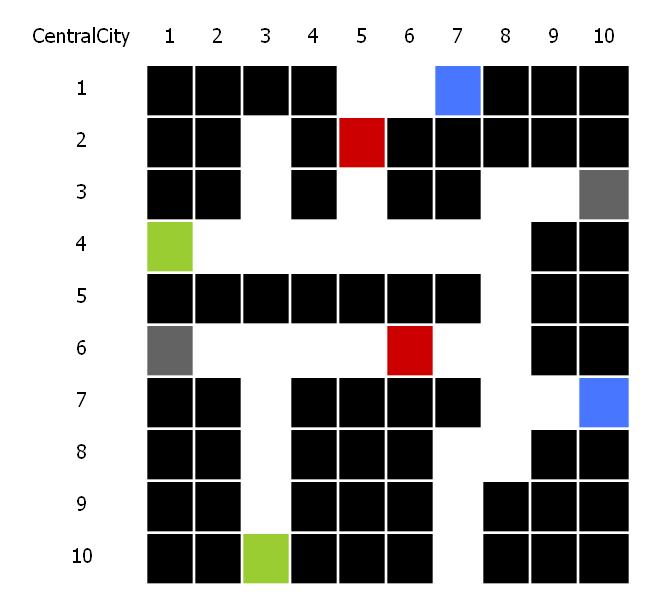
rodrialeh01/IPC2_Proyecto2_201900042 keeps this Graphviz diagram as MapasGenerados/Matriz_CentralCity.png. Above is the earlier version. Its source is kept beside it as MapasGenerados/Matriz_CentralCity.dot. Source of this version:
```dot
digraph structs {
	node [shape=plaintext]
	patron [fontname="Roboto Condensed"fontsize="15pt", label=<
<TABLE BORDER="0" CELLBORDER="0" CELLSPACING="2" CELLPADDING="10">
<TR>
    <TD border="0">CentralCity</TD><TD border="0">1</TD><TD border="0">2</TD><TD border="0">3</TD><TD border="0">4</TD><TD border="0">5</TD><TD border="0">6</TD><TD border="0">7</TD><TD border="0">8</TD><TD border="0">9</TD><TD border="0">10</TD>
</TR>
<TR>
        <TD border="0">1</TD>
<TD bgcolor="black">   </TD>
<TD bgcolor="black">   </TD>
<TD bgcolor="black">   </TD>
<TD bgcolor="black">   </TD>
<TD>   </TD>
<TD>   </TD>
<TD bgcolor="royalblue1">   </TD>
<TD bgcolor="black">   </TD>
<TD bgcolor="black">   </TD>
<TD bgcolor="black">   </TD></TR>
<TR>
        <TD border="0">2</TD>
<TD bgcolor="black">   </TD>
<TD bgcolor="black">   </TD>
<TD>   </TD>
<TD bgcolor="black">   </TD>
<TD bgcolor="red3">   </TD>
<TD bgcolor="black">   </TD>
<TD bgcolor="black">   </TD>
<TD bgcolor="black">   </TD>
<TD bgcolor="black">   </TD>
<TD bgcolor="black">   </TD></TR>
<TR>
        <TD border="0">3</TD>
<TD bgcolor="black">   </TD>
<TD bgcolor="black">   </TD>
<TD>   </TD>
<TD bgcolor="black">   </TD>
<TD>   </TD>
<TD bgcolor="black">   </TD>
<TD bgcolor="black">   </TD>
<TD>   </TD>
<TD>   </TD>
<TD bgcolor="grey39">   </TD></TR>
<TR>
        <TD border="0">4</TD>
<TD bgcolor="yellowgreen">   </TD>
<TD>   </TD>
<TD>   </TD>
<TD>   </TD>
<TD>   </TD>
<TD>   </TD>
<TD>   </TD>
<TD>   </TD>
<TD bgcolor="black">   </TD>
<TD bgcolor="black">   </TD></TR>
<TR>
        <TD border="0">5</TD>
<TD bgcolor="black">   </TD>
<TD bgcolor="black">   </TD>
<TD bgcolor="black">   </TD>
<TD bgcolor="black">   </TD>
<TD bgcolor="black">   </TD>
<TD bgcolor="black">   </TD>
<TD bgcolor="black">   </TD>
<TD>   </TD>
<TD bgcolor="black">   </TD>
<TD bgcolor="black">   </TD></TR>
<TR>
        <TD border="0">6</TD>
<TD bgcolor="grey39">   </TD>
<TD>   </TD>
<TD>   </TD>
<TD>   </TD>
<TD>   </TD>
<TD bgcolor="red3">   </TD>
<TD>   </TD>
<TD>   </TD>
<TD bgcolor="black">   </TD>
<TD bgcolor="black">   </TD></TR>
<TR>
        <TD border="0">7</TD>
<TD bgcolor="black">   </TD>
<TD bgcolor="black">   </TD>
<TD>   </TD>
<TD bgcolor="black">   </TD>
<TD bgcolor="black">   </TD>
<TD bgcolor="black">   </TD>
<TD bgcolor="black">   </TD>
<TD>   </TD>
<TD>   </TD>
<TD bgcolor="royalblue1">   </TD></TR>
<TR>
        <TD border="0">8</TD>
<TD bgcolor="black">   </TD>
<TD bgcolor="black">   </TD>
<TD>   </TD>
<TD bgcolor="black">   </TD>
<TD bgcolor="black">   </TD>
<TD bgcolor="black">   </TD>
<TD>   </TD>
<TD>   </TD>
<TD bgcolor="black">   </TD>
<TD bgcolor="black">   </TD></TR>
<TR>
        <TD border="0">9</TD>
<TD bgcolor="black">   </TD>
<TD bgcolor="black">   </TD>
<TD>   </TD>
<TD bgcolor="black">   </TD>
<TD bgcolor="black">   </TD>
<TD bgcolor="black">   </TD>
<TD>   </TD>
<TD bgcolor="black">   </TD>
<TD bgcolor="black">   </TD>
<TD bgcolor="black">   </TD></TR>
<TR>
        <TD border="0">10</TD>
<TD bgcolor="black">   </TD>
<TD bgcolor="black">   </TD>
<TD bgcolor="yellowgreen">   </TD>
<TD bgcolor="black">   </TD>
<TD bgcolor="black">   </TD>
<TD bgcolor="black">   </TD>
<TD>   </TD>
<TD bgcolor="black">   </TD>
<TD bgcolor="black">   </TD>
<TD bgcolor="black">   </TD></TR></TABLE>>]
}
```
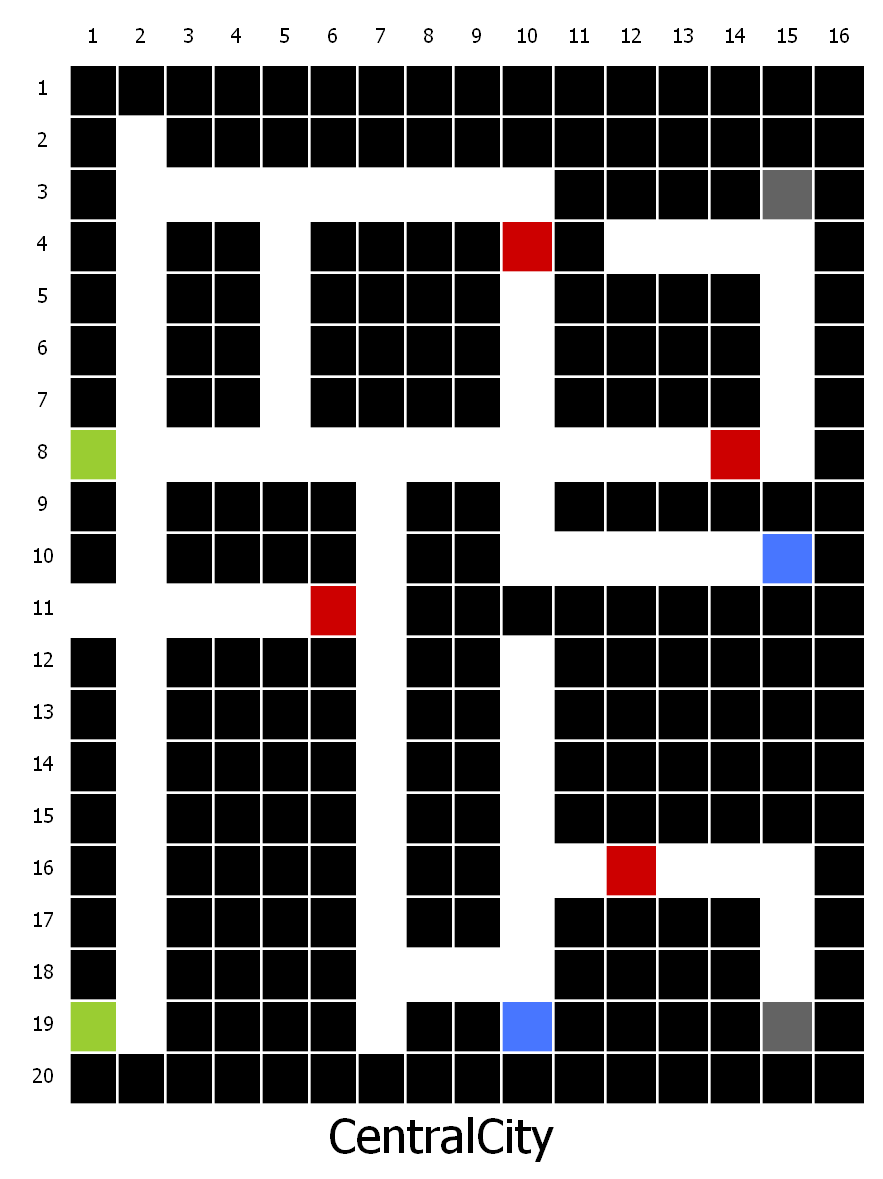
After the change.

Change to the diagram source:
```diff
@@ -3,7 +3,7 @@
 	patron [fontname="Roboto Condensed"fontsize="15pt", label=<
 <TABLE BORDER="0" CELLBORDER="0" CELLSPACING="2" CELLPADDING="10">
 <TR>
-    <TD border="0">CentralCity</TD><TD border="0">1</TD><TD border="0">2</TD><TD border="0">3</TD><TD border="0">4</TD><TD border="0">5</TD><TD border="0">6</TD><TD border="0">7</TD><TD border="0">8</TD><TD border="0">9</TD><TD border="0">10</TD>
+    <TD border="0"></TD><TD border="0">1</TD><TD border="0">2</TD><TD border="0">3</TD><TD border="0">4</TD><TD border="0">5</TD><TD border="0">6</TD><TD border="0">7</TD><TD border="0">8</TD><TD border="0">9</TD><TD border="0">10</TD><TD border="0">11</TD><TD border="0">12</TD><TD border="0">13</TD><TD border="0">14</TD><TD border="0">15</TD><TD border="0">16</TD>
 </TR>
 <TR>
         <TD border="0">1</TD>
@@ -11,19 +11,31 @@
 <TD bgcolor="black">   </TD>
 <TD bgcolor="black">   </TD>
 <TD bgcolor="black">   </TD>
-<TD>   </TD>
-<TD>   </TD>
-<TD bgcolor="royalblue1">   </TD>
+<TD bgcolor="black">   </TD>
+<TD bgcolor="black">   </TD>
+<TD bgcolor="black">   </TD>
+<TD bgcolor="black">   </TD>
+<TD bgcolor="black">   </TD>
+<TD bgcolor="black">   </TD>
+<TD bgcolor="black">   </TD>
+<TD bgcolor="black">   </TD>
+<TD bgcolor="black">   </TD>
 <TD bgcolor="black">   </TD>
 <TD bgcolor="black">   </TD>
 <TD bgcolor="black">   </TD></TR>
 <TR>
         <TD border="0">2</TD>
 <TD bgcolor="black">   </TD>
-<TD bgcolor="black">   </TD>
 <TD>   </TD>
 <TD bgcolor="black">   </TD>
-<TD bgcolor="red3">   </TD>
+<TD bgcolor="black">   </TD>
+<TD bgcolor="black">   </TD>
+<TD bgcolor="black">   </TD>
+<TD bgcolor="black">   </TD>
+<TD bgcolor="black">   </TD>
+<TD bgcolor="black">   </TD>
+<TD bgcolor="black">   </TD>
+<TD bgcolor="black">   </TD>
 <TD bgcolor="black">   </TD>
 <TD bgcolor="black">   </TD>
 <TD bgcolor="black">   </TD>
@@ -32,17 +44,95 @@
 <TR>
         <TD border="0">3</TD>
 <TD bgcolor="black">   </TD>
+<TD>   </TD>
+<TD>   </TD>
+<TD>   </TD>
+<TD>   </TD>
+<TD>   </TD>
+<TD>   </TD>
+<TD>   </TD>
+<TD>   </TD>
+<TD>   </TD>
 <TD bgcolor="black">   </TD>
-<TD>   </TD>
+<TD bgcolor="black">   </TD>
+<TD bgcolor="black">   </TD>
+<TD bgcolor="black">   </TD>
+<TD bgcolor="grey39">   </TD>
+<TD bgcolor="black">   </TD></TR>
+<TR>
+        <TD border="0">4</TD>
 <TD bgcolor="black">   </TD>
 <TD>   </TD>
 <TD bgcolor="black">   </TD>
 <TD bgcolor="black">   </TD>
 <TD>   </TD>
+<TD bgcolor="black">   </TD>
+<TD bgcolor="black">   </TD>
+<TD bgcolor="black">   </TD>
+<TD bgcolor="black">   </TD>
+<TD bgcolor="red3">   </TD>
+<TD bgcolor="black">   </TD>
 <TD>   </TD>
-<TD bgcolor="grey39">   </TD></TR>
+<TD>   </TD>
+<TD>   </TD>
+<TD>   </TD>
+<TD bgcolor="black">   </TD></TR>
 <TR>
-        <TD border="0">4</TD>
+        <TD border="0">5</TD>
+<TD bgcolor="black">   </TD>
+<TD>   </TD>
+<TD bgcolor="black">   </TD>
+<TD bgcolor="black">   </TD>
+<TD>   </TD>
+<TD bgcolor="black">   </TD>
+<TD bgcolor="black">   </TD>
+<TD bgcolor="black">   </TD>
+<TD bgcolor="black">   </TD>
+<TD>   </TD>
+<TD bgcolor="black">   </TD>
+<TD bgcolor="black">   </TD>
+<TD bgcolor="black">   </TD>
+<TD bgcolor="black">   </TD>
+<TD>   </TD>
+<TD bgcolor="black">   </TD></TR>
+<TR>
+        <TD border="0">6</TD>
+<TD bgcolor="black">   </TD>
+<TD>   </TD>
+<TD bgcolor="black">   </TD>
+<TD bgcolor="black">   </TD>
+<TD>   </TD>
+<TD bgcolor="black">   </TD>
+<TD bgcolor="black">   </TD>
+<TD bgcolor="black">   </TD>
+<TD bgcolor="black">   </TD>
+<TD>   </TD>
+<TD bgcolor="black">   </TD>
+<TD bgcolor="black">   </TD>
+<TD bgcolor="black">   </TD>
+<TD bgcolor="black">   </TD>
+<TD>   </TD>
+<TD bgcolor="black">   </TD></TR>
+<TR>
+        <TD border="0">7</TD>
+<TD bgcolor="black">   </TD>
+<TD>   </TD>
+<TD bgcolor="black">   </TD>
+<TD bgcolor="black">   </TD>
+<TD>   </TD>
+<TD bgcolor="black">   </TD>
+<TD bgcolor="black">   </TD>
+<TD bgcolor="black">   </TD>
+<TD bgcolor="black">   </TD>
+<TD>   </TD>
+<TD bgcolor="black">   </TD>
+<TD bgcolor="black">   </TD>
+<TD bgcolor="black">   </TD>
+<TD bgcolor="black">   </TD>
+<TD>   </TD>
+<TD bgcolor="black">   </TD></TR>
+<TR>
+        <TD border="0">8</TD>
 <TD bgcolor="yellowgreen">   </TD>
 <TD>   </TD>
 <TD>   </TD>
@@ -51,10 +141,59 @@
 <TD>   </TD>
 <TD>   </TD>
 <TD>   </TD>
+<TD>   </TD>
+<TD>   </TD>
+<TD>   </TD>
+<TD>   </TD>
+<TD>   </TD>
+<TD bgcolor="red3">   </TD>
+<TD>   </TD>
+<TD bgcolor="black">   </TD></TR>
+<TR>
+        <TD border="0">9</TD>
+<TD bgcolor="black">   </TD>
+<TD>   </TD>
+<TD bgcolor="black">   </TD>
+<TD bgcolor="black">   </TD>
+<TD bgcolor="black">   </TD>
+<TD bgcolor="black">   </TD>
+<TD>   </TD>
+<TD bgcolor="black">   </TD>
+<TD bgcolor="black">   </TD>
+<TD>   </TD>
+<TD bgcolor="black">   </TD>
+<TD bgcolor="black">   </TD>
+<TD bgcolor="black">   </TD>
+<TD bgcolor="black">   </TD>
 <TD bgcolor="black">   </TD>
 <TD bgcolor="black">   </TD></TR>
 <TR>
-        <TD border="0">5</TD>
+        <TD border="0">10</TD>
+<TD bgcolor="black">   </TD>
+<TD>   </TD>
+<TD bgcolor="black">   </TD>
+<TD bgcolor="black">   </TD>
+<TD bgcolor="black">   </TD>
+<TD bgcolor="black">   </TD>
+<TD>   </TD>
+<TD bgcolor="black">   </TD>
+<TD bgcolor="black">   </TD>
+<TD>   </TD>
+<TD>   </TD>
+<TD>   </TD>
+<TD>   </TD>
+<TD>   </TD>
+<TD bgcolor="royalblue1">   </TD>
+<TD bgcolor="black">   </TD></TR>
+<TR>
+        <TD border="0">11</TD>
+<TD>   </TD>
+<TD>   </TD>
+<TD>   </TD>
+<TD>   </TD>
+<TD>   </TD>
+<TD bgcolor="red3">   </TD>
+<TD>   </TD>
 <TD bgcolor="black">   </TD>
 <TD bgcolor="black">   </TD>
 <TD bgcolor="black">   </TD>
@@ -62,23 +201,107 @@
 <TD bgcolor="black">   </TD>
 <TD bgcolor="black">   </TD>
 <TD bgcolor="black">   </TD>
-<TD>   </TD>
 <TD bgcolor="black">   </TD>
 <TD bgcolor="black">   </TD></TR>
 <TR>
-        <TD border="0">6</TD>
-<TD bgcolor="grey39">   </TD>
+        <TD border="0">12</TD>
+<TD bgcolor="black">   </TD>
 <TD>   </TD>
+<TD bgcolor="black">   </TD>
+<TD bgcolor="black">   </TD>
+<TD bgcolor="black">   </TD>
+<TD bgcolor="black">   </TD>
 <TD>   </TD>
+<TD bgcolor="black">   </TD>
+<TD bgcolor="black">   </TD>
+<TD>   </TD>
+<TD bgcolor="black">   </TD>
+<TD bgcolor="black">   </TD>
+<TD bgcolor="black">   </TD>
+<TD bgcolor="black">   </TD>
+<TD bgcolor="black">   </TD>
+<TD bgcolor="black">   </TD></TR>
+<TR>
+        <TD border="0">13</TD>
+<TD bgcolor="black">   </TD>
+<TD>   </TD>
+<TD bgcolor="black">   </TD>
+<TD bgcolor="black">   </TD>
+<TD bgcolor="black">   </TD>
+<TD bgcolor="black">   </TD>
+<TD>   </TD>
+<TD bgcolor="black">   </TD>
+<TD bgcolor="black">   </TD>
+<TD>   </TD>
+<TD bgcolor="black">   </TD>
+<TD bgcolor="black">   </TD>
+<TD bgcolor="black">   </TD>
+<TD bgcolor="black">   </TD>
+<TD bgcolor="black">   </TD>
+<TD bgcolor="black">   </TD></TR>
+<TR>
+        <TD border="0">14</TD>
+<TD bgcolor="black">   </TD>
+<TD>   </TD>
+<TD bgcolor="black">   </TD>
+<TD bgcolor="black">   </TD>
+<TD bgcolor="black">   </TD>
+<TD bgcolor="black">   </TD>
+<TD>   </TD>
+<TD bgcolor="black">   </TD>
+<TD bgcolor="black">   </TD>
+<TD>   </TD>
+<TD bgcolor="black">   </TD>
+<TD bgcolor="black">   </TD>
+<TD bgcolor="black">   </TD>
+<TD bgcolor="black">   </TD>
+<TD bgcolor="black">   </TD>
+<TD bgcolor="black">   </TD></TR>
+<TR>
+        <TD border="0">15</TD>
+<TD bgcolor="black">   </TD>
+<TD>   </TD>
+<TD bgcolor="black">   </TD>
+<TD bgcolor="black">   </TD>
+<TD bgcolor="black">   </TD>
+<TD bgcolor="black">   </TD>
+<TD>   </TD>
+<TD bgcolor="black">   </TD>
+<TD bgcolor="black">   </TD>
+<TD>   </TD>
+<TD bgcolor="black">   </TD>
+<TD bgcolor="black">   </TD>
+<TD bgcolor="black">   </TD>
+<TD bgcolor="black">   </TD>
+<TD bgcolor="black">   </TD>
+<TD bgcolor="black">   </TD></TR>
+<TR>
+        <TD border="0">16</TD>
+<TD bgcolor="black">   </TD>
+<TD>   </TD>
+<TD bgcolor="black">   </TD>
+<TD bgcolor="black">   </TD>
+<TD bgcolor="black">   </TD>
+<TD bgcolor="black">   </TD>
+<TD>   </TD>
+<TD bgcolor="black">   </TD>
+<TD bgcolor="black">   </TD>
 <TD>   </TD>
 <TD>   </TD>
 <TD bgcolor="red3">   </TD>
 <TD>   </TD>
 <TD>   </TD>
-<TD bgcolor="black">   </TD>
+<TD>   </TD>
 <TD bgcolor="black">   </TD></TR>
 <TR>
-        <TD border="0">7</TD>
+        <TD border="0">17</TD>
+<TD bgcolor="black">   </TD>
+<TD>   </TD>
+<TD bgcolor="black">   </TD>
+<TD bgcolor="black">   </TD>
+<TD bgcolor="black">   </TD>
+<TD bgcolor="black">   </TD>
+<TD>   </TD>
 <TD bgcolor="black">   </TD>
 <TD bgcolor="black">   </TD>
 <TD>   </TD>
@@ -87,42 +310,59 @@
 <TD bgcolor="black">   </TD>
 <TD bgcolor="black">   </TD>
 <TD>   </TD>
-<TD>   </TD>
-<TD bgcolor="royalblue1">   </TD></TR>
+<TD bgcolor="black">   </TD></TR>
 <TR>
-        <TD border="0">8</TD>
-<TD bgcolor="black">   </TD>
+        <TD border="0">18</TD>
 <TD bgcolor="black">   </TD>
 <TD>   </TD>
 <TD bgcolor="black">   </TD>
 <TD bgcolor="black">   </TD>
 <TD bgcolor="black">   </TD>
+<TD bgcolor="black">   </TD>
+<TD>   </TD>
+<TD>   </TD>
 <TD>   </TD>
 <TD>   </TD>
 <TD bgcolor="black">   </TD>
-<TD bgcolor="black">   </TD></TR>
-<TR>
-        <TD border="0">9</TD>
+<TD bgcolor="black">   </TD>
 <TD bgcolor="black">   </TD>
 <TD bgcolor="black">   </TD>
 <TD>   </TD>
+<TD bgcolor="black">   </TD></TR>
+<TR>
+        <TD border="0">19</TD>
+<TD bgcolor="yellowgreen">   </TD>
+<TD>   </TD>
+<TD bgcolor="black">   </TD>
 <TD bgcolor="black">   </TD>
 <TD bgcolor="black">   </TD>
 <TD bgcolor="black">   </TD>
 <TD>   </TD>
 <TD bgcolor="black">   </TD>
 <TD bgcolor="black">   </TD>
-<TD bgcolor="black">   </TD></TR>
-<TR>
-        <TD border="0">10</TD>
-<TD bgcolor="black">   </TD>
-<TD bgcolor="black">   </TD>
-<TD bgcolor="yellowgreen">   </TD>
+<TD bgcolor="royalblue1">   </TD>
 <TD bgcolor="black">   </TD>
 <TD bgcolor="black">   </TD>
 <TD bgcolor="black">   </TD>
-<TD>   </TD>
+<TD bgcolor="black">   </TD>
+<TD bgcolor="grey39">   </TD>
+<TD bgcolor="black">   </TD></TR>
+<TR>
+        <TD border="0">20</TD>
 <TD bgcolor="black">   </TD>
 <TD bgcolor="black">   </TD>
-<TD bgcolor="black">   </TD></TR></TABLE>>]
+<TD bgcolor="black">   </TD>
+<TD bgcolor="black">   </TD>
+<TD bgcolor="black">   </TD>
+<TD bgcolor="black">   </TD>
+<TD bgcolor="black">   </TD>
+<TD bgcolor="black">   </TD>
+<TD bgcolor="black">   </TD>
+<TD bgcolor="black">   </TD>
+<TD bgcolor="black">   </TD>
+<TD bgcolor="black">   </TD>
+<TD bgcolor="black">   </TD>
+<TD bgcolor="black">   </TD>
+<TD bgcolor="black">   </TD>
+<TD bgcolor="black">   </TD></TR></TABLE>>]fontname="Roboto Condensed"fontsize="35pt"label="CentralCity"
 }
```
